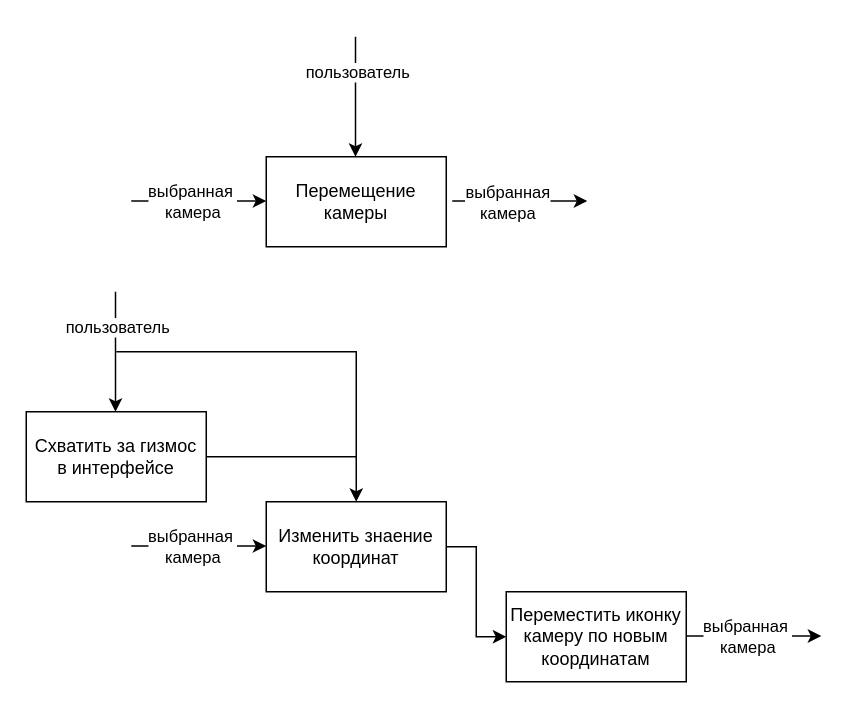
This is page "4. Перещемение камеры" (5 of 9) of idef0/idef0.drawio from c0sx/3d-model-viewer-design, a draw.io file, before an edit. Source tidied: cells renumbered, new cells numbered last; positions are measured from the earlier drawing's top-left corner, leaving out a move shared by most shapes. Both pictures are drawn from the tidied source at 150%, with x=0, y=0 at pixel (26, 36).
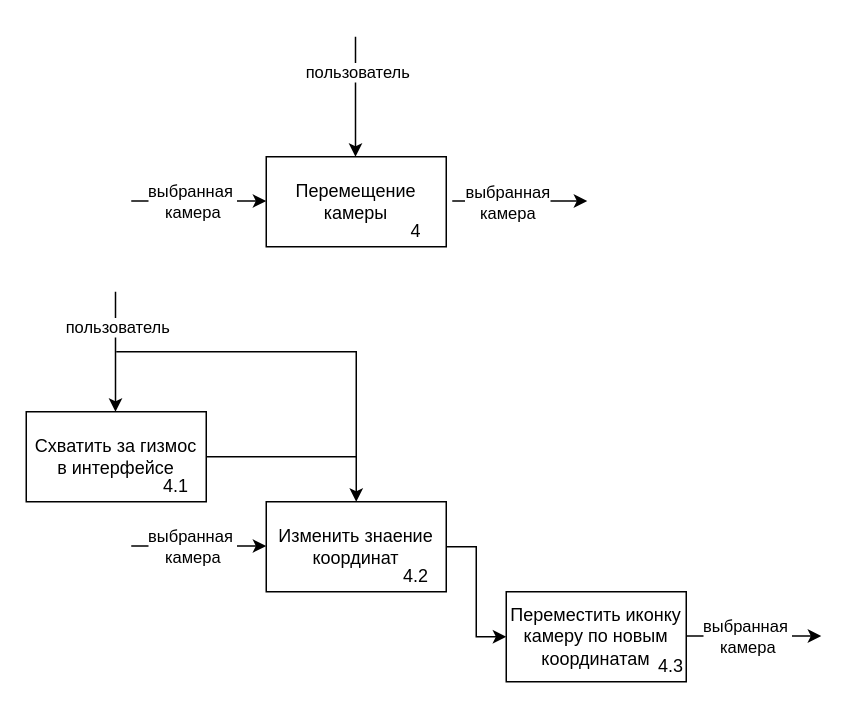
Above is the later version.

Change to the diagram source:
```diff
@@
+    <mxCell id="21" value="4" style="text;html=1;strokeColor=none;fillColor=none;align=center;verticalAlign=middle;whiteSpace=wrap;rounded=0;" parent="1" vertex="1">
+      <mxGeometry x="240" y="120" width="40" height="20" as="geometry" />
+    </mxCell>
+    <mxCell id="22" value="4.1" style="text;html=1;strokeColor=none;fillColor=none;align=center;verticalAlign=middle;whiteSpace=wrap;rounded=0;" parent="1" vertex="1">
+      <mxGeometry x="80" y="290" width="40" height="20" as="geometry" />
+    </mxCell>
+    <mxCell id="23" value="4.2" style="text;html=1;strokeColor=none;fillColor=none;align=center;verticalAlign=middle;whiteSpace=wrap;rounded=0;" parent="1" vertex="1">
+      <mxGeometry x="240" y="350" width="40" height="20" as="geometry" />
+    </mxCell>
+    <mxCell id="24" value="4.3" style="text;html=1;strokeColor=none;fillColor=none;align=center;verticalAlign=middle;whiteSpace=wrap;rounded=0;" parent="1" vertex="1">
+      <mxGeometry x="410" y="410" width="40" height="20" as="geometry" />
+    </mxCell>
```
